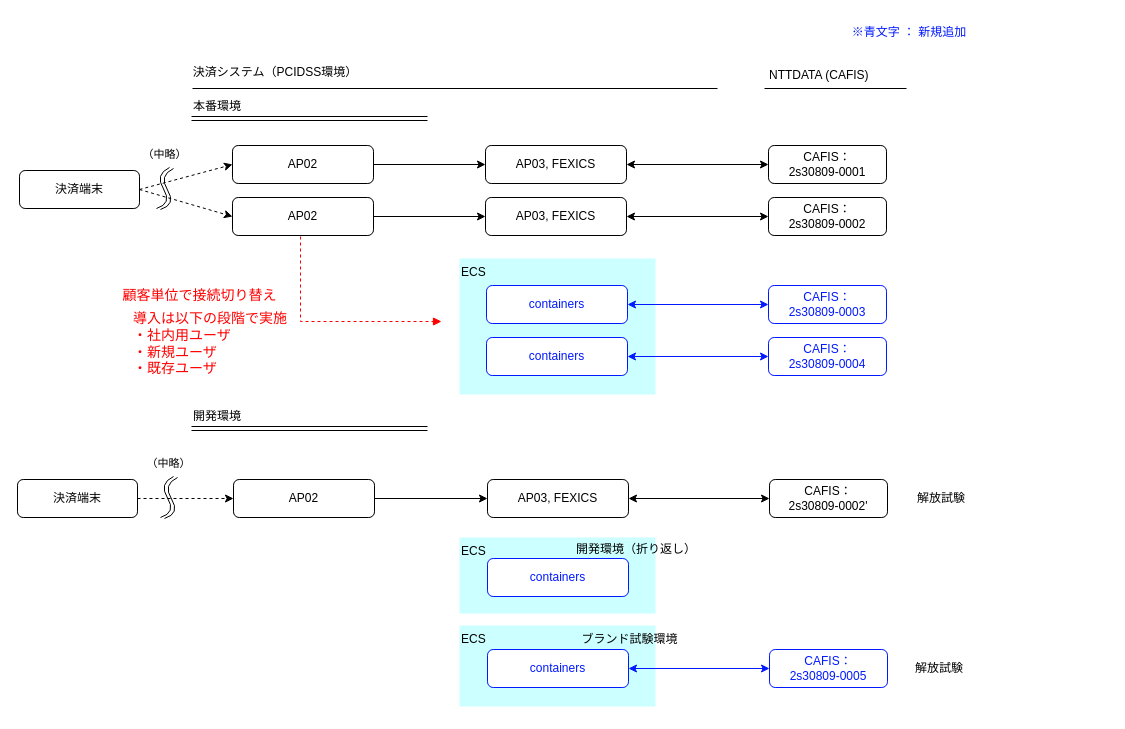
This is page "全体構成(CAFIS)" (1 of 2) of FEXICS/obj/migration_plan.drawio from kyoshizawa/kywiki2, a draw.io file, before an edit. Source tidied: cells renumbered, new cells numbered last; positions are measured from the earlier drawing's top-left corner, leaving out a move shared by most shapes. Both pictures are drawn from the tidied source at 100%, with x=0, y=0 at pixel (17, 17).
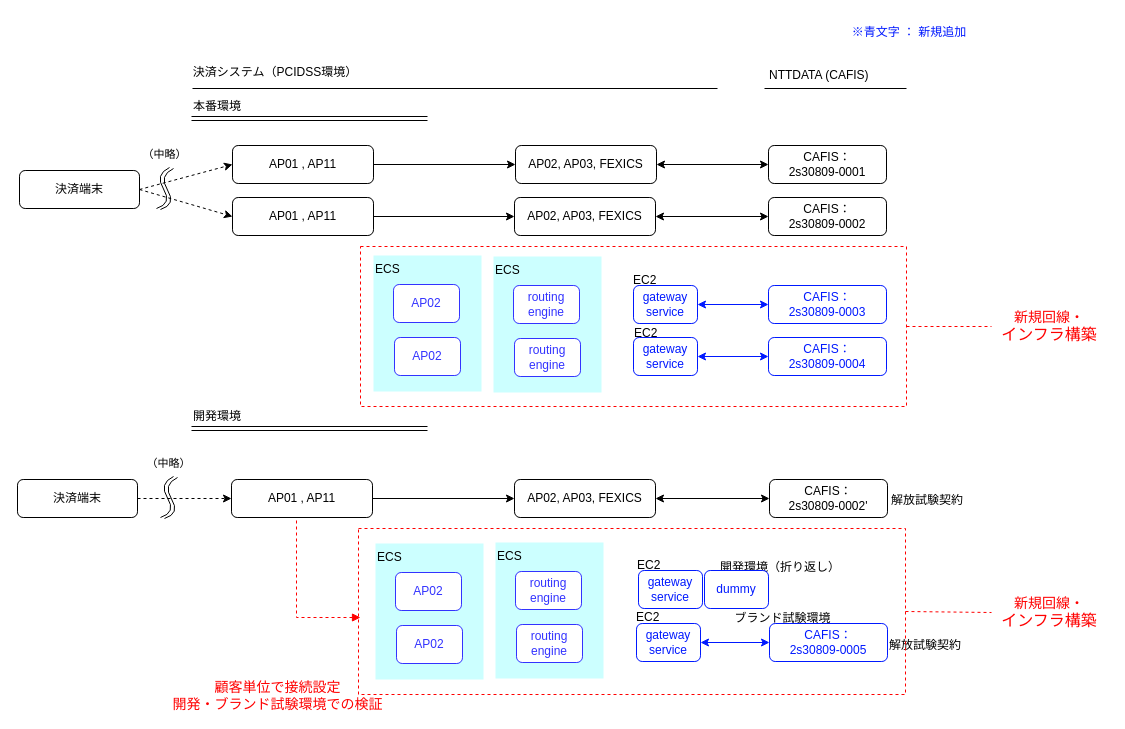
Above is the later version.

Diff of the diagram source:
```diff
@@
-    <mxCell id="2" value="ECS" style="rounded=0;whiteSpace=wrap;html=1;fillColor=light-dark(#CCFFFF,#1F2F1E);strokeColor=none;align=left;verticalAlign=top;" parent="1" vertex="1">
-      <mxGeometry x="442" y="520" width="196" height="76" as="geometry" />
-    </mxCell>
+    <mxCell id="62" value="EC2" style="rounded=0;whiteSpace=wrap;html=1;fillColor=none;strokeColor=none;align=left;verticalAlign=top;strokeWidth=1;dashed=1;dashPattern=1 2;" parent="1" vertex="1">
+      <mxGeometry x="614" y="249" width="56" height="24" as="geometry" />
+    </mxCell>
@@
     <mxCell id="5" value="ECS" style="rounded=0;whiteSpace=wrap;html=1;fillColor=light-dark(#CCFFFF,#1F2F1E);strokeColor=none;align=left;verticalAlign=top;" parent="1" vertex="1">
-      <mxGeometry x="442" y="241" width="196" height="136" as="geometry" />
+      <mxGeometry x="356" y="238" width="108" height="136" as="geometry" />
     </mxCell>
@@
-    <mxCell id="13" value="解放試験" style="text;html=1;align=center;verticalAlign=middle;whiteSpace=wrap;rounded=0;" parent="1" vertex="1">
-      <mxGeometry x="894" y="466" width="60" height="30" as="geometry" />
+    <mxCell id="13" value="解放試験契約" style="text;html=1;align=center;verticalAlign=middle;whiteSpace=wrap;rounded=0;" parent="1" vertex="1">
+      <mxGeometry x="871" y="468" width="78" height="30" as="geometry" />
     </mxCell>
@@
-    <mxCell id="15" value="AP03, FEXICS" style="rounded=1;whiteSpace=wrap;html=1;" parent="1" vertex="1">
-      <mxGeometry x="468" y="128" width="141" height="38" as="geometry" />
+    <mxCell id="15" value="AP02, AP03, FEXICS" style="rounded=1;whiteSpace=wrap;html=1;" parent="1" vertex="1">
+      <mxGeometry x="498" y="128" width="141" height="38" as="geometry" />
     </mxCell>
-    <mxCell id="16" value="AP03, FEXICS" style="rounded=1;whiteSpace=wrap;html=1;" parent="1" vertex="1">
-      <mxGeometry x="468" y="180" width="141" height="38" as="geometry" />
+    <mxCell id="16" value="AP02, AP03, FEXICS" style="rounded=1;whiteSpace=wrap;html=1;" parent="1" vertex="1">
+      <mxGeometry x="497" y="180" width="141" height="38" as="geometry" />
     </mxCell>
     <mxCell id="17" value="&lt;font style=&quot;color: rgb(0, 25, 255);&quot;&gt;CAFIS：&lt;br&gt;2s30809-0005&lt;/font&gt;" style="rounded=1;whiteSpace=wrap;html=1;strokeColor=#0019FF;" parent="1" vertex="1">
-      <mxGeometry x="752" y="632" width="118" height="38" as="geometry" />
+      <mxGeometry x="752" y="606" width="118" height="38" as="geometry" />
     </mxCell>
-    <mxCell id="18" value="解放試験" style="text;html=1;align=center;verticalAlign=middle;whiteSpace=wrap;rounded=0;" parent="1" vertex="1">
-      <mxGeometry x="892" y="636" width="60" height="30" as="geometry" />
-    </mxCell>
-    <mxCell id="19" value="AP02" style="rounded=1;whiteSpace=wrap;html=1;" parent="1" vertex="1">
+    <mxCell id="19" value="AP01 , AP11" style="rounded=1;whiteSpace=wrap;html=1;" parent="1" vertex="1">
       <mxGeometry x="215" y="128" width="141" height="38" as="geometry" />
     </mxCell>
-    <mxCell id="20" value="AP02" style="rounded=1;whiteSpace=wrap;html=1;" parent="1" vertex="1">
+    <mxCell id="20" value="AP01 , AP11" style="rounded=1;whiteSpace=wrap;html=1;" parent="1" vertex="1">
       <mxGeometry x="215" y="180" width="141" height="38" as="geometry" />
     </mxCell>
-    <mxCell id="21" value="&lt;font style=&quot;color: rgb(0, 25, 255);&quot;&gt;containers&lt;/font&gt;" style="rounded=1;whiteSpace=wrap;html=1;strokeColor=#0019FF;" parent="1" vertex="1">
-      <mxGeometry x="469" y="268" width="141" height="38" as="geometry" />
+    <mxCell id="21" value="&lt;font style=&quot;color: rgb(0, 25, 255);&quot;&gt;gateway&lt;/font&gt;&lt;div&gt;&lt;font style=&quot;color: rgb(0, 25, 255);&quot;&gt;service&lt;/font&gt;&lt;/div&gt;" style="rounded=1;whiteSpace=wrap;html=1;strokeColor=#0019FF;" parent="1" vertex="1">
+      <mxGeometry x="616" y="268" width="64" height="38" as="geometry" />
     </mxCell>
-    <mxCell id="22" value="&lt;font style=&quot;color: rgb(0, 25, 255);&quot;&gt;containers&lt;/font&gt;" style="rounded=1;whiteSpace=wrap;html=1;strokeColor=#0019FF;" parent="1" vertex="1">
-      <mxGeometry x="469" y="320" width="141" height="38" as="geometry" />
+    <mxCell id="22" value="&lt;font style=&quot;color: rgb(0, 25, 255);&quot;&gt;gateway&lt;/font&gt;&lt;div&gt;&lt;font style=&quot;color: rgb(0, 25, 255);&quot;&gt;service&lt;/font&gt;&lt;/div&gt;" style="rounded=1;whiteSpace=wrap;html=1;strokeColor=#0019FF;" parent="1" vertex="1">
+      <mxGeometry x="616" y="320" width="64" height="38" as="geometry" />
     </mxCell>
@@
-    <mxCell id="31" value="AP03, FEXICS" style="rounded=1;whiteSpace=wrap;html=1;" parent="1" vertex="1">
-      <mxGeometry x="470" y="462" width="141" height="38" as="geometry" />
+    <mxCell id="31" value="AP02, AP03, FEXICS" style="rounded=1;whiteSpace=wrap;html=1;" parent="1" vertex="1">
+      <mxGeometry x="497" y="462" width="141" height="38" as="geometry" />
     </mxCell>
-    <mxCell id="32" value="AP02" style="rounded=1;whiteSpace=wrap;html=1;" parent="1" vertex="1">
-      <mxGeometry x="216" y="462" width="141" height="38" as="geometry" />
+    <mxCell id="32" value="AP01 , AP11" style="rounded=1;whiteSpace=wrap;html=1;" parent="1" vertex="1">
+      <mxGeometry x="214" y="462" width="141" height="38" as="geometry" />
     </mxCell>
-    <mxCell id="33" value="ECS" style="rounded=0;whiteSpace=wrap;html=1;fillColor=light-dark(#CCFFFF,#1F2F1E);strokeColor=none;align=left;verticalAlign=top;" parent="1" vertex="1">
-      <mxGeometry x="442" y="608" width="196" height="81" as="geometry" />
-    </mxCell>
@@
-    <mxCell id="38" value="&lt;font style=&quot;color: rgb(0, 25, 255);&quot;&gt;containers&lt;/font&gt;" style="rounded=1;whiteSpace=wrap;html=1;strokeColor=#0019FF;" parent="1" vertex="1">
-      <mxGeometry x="470" y="632" width="141" height="38" as="geometry" />
-    </mxCell>
@@
-    <mxCell id="40" style="endArrow=classic;startArrow=classic;html=1;rounded=0;exitX=1;exitY=0.5;exitDx=0;exitDy=0;strokeColor=#0019FF;" parent="1" edge="1" source="38" target="17">
+    <mxCell id="40" style="endArrow=classic;startArrow=classic;html=1;rounded=0;exitX=1;exitY=0.5;exitDx=0;exitDy=0;strokeColor=#0019FF;" parent="1" edge="1" source="75" target="17">
       <mxGeometry relative="1" as="geometry" />
     </mxCell>
@@
-    <mxCell id="55" value="&lt;font style=&quot;color: rgb(0, 25, 255);&quot;&gt;containers&lt;/font&gt;" style="rounded=1;whiteSpace=wrap;html=1;strokeColor=#0019FF;" parent="1" vertex="1">
-      <mxGeometry x="470" y="541" width="141" height="38" as="geometry" />
-    </mxCell>
     <mxCell id="56" value="開発環境（折り返し）" style="text;html=1;align=center;verticalAlign=middle;whiteSpace=wrap;rounded=0;" parent="1" vertex="1">
-      <mxGeometry x="558" y="517" width="117" height="30" as="geometry" />
+      <mxGeometry x="702" y="535" width="117" height="30" as="geometry" />
     </mxCell>
     <mxCell id="57" value="ブランド試験環境" style="text;html=1;align=center;verticalAlign=middle;whiteSpace=wrap;rounded=0;" parent="1" vertex="1">
-      <mxGeometry x="554" y="607" width="117" height="30" as="geometry" />
+      <mxGeometry x="707" y="586" width="117" height="30" as="geometry" />
     </mxCell>
-    <mxCell id="58" parent="0" />
-    <mxCell id="59" value="&lt;div&gt;&lt;font style=&quot;font-size: 14px;&quot; color=&quot;#ff0000&quot;&gt;顧客単位で接続切り替え&lt;/font&gt;&lt;/div&gt;" style="text;html=1;align=center;verticalAlign=middle;whiteSpace=wrap;rounded=0;" parent="58" vertex="1">
-      <mxGeometry x="66" y="263" width="233" height="30" as="geometry" />
-    </mxCell>
-    <mxCell id="60" style="endArrow=block;dashed=1;html=1;rounded=0;strokeColor=light-dark(#ff0000, #ededed);edgeStyle=orthogonalEdgeStyle;endFill=1;" parent="58" edge="1">
-      <mxGeometry relative="1" as="geometry">
-        <mxPoint x="283" y="219" as="sourcePoint" />
-        <mxPoint x="424" y="304" as="targetPoint" />
-        <Array as="points">
-          <mxPoint x="283" y="304" />
-        </Array>
-      </mxGeometry>
-    </mxCell>
-    <mxCell id="61" value="&lt;div&gt;&lt;font color=&quot;#ff0000&quot;&gt;&lt;span style=&quot;font-size: 14px;&quot;&gt;導入は以下の段階で実施&lt;/span&gt;&lt;/font&gt;&lt;/div&gt;&lt;font color=&quot;#ff0000&quot;&gt;&lt;span style=&quot;font-size: 14px;&quot;&gt;・社内用ユーザ&lt;/span&gt;&lt;/font&gt;&lt;div&gt;&lt;font color=&quot;#ff0000&quot;&gt;&lt;span style=&quot;font-size: 14px;&quot;&gt;・新規ユーザ&lt;/span&gt;&lt;/font&gt;&lt;/div&gt;&lt;div&gt;&lt;font color=&quot;#ff0000&quot;&gt;&lt;span style=&quot;font-size: 14px;&quot;&gt;・既存ユーザ&lt;/span&gt;&lt;/font&gt;&lt;/div&gt;" style="text;html=1;align=left;verticalAlign=middle;whiteSpace=wrap;rounded=0;" parent="58" vertex="1">
-      <mxGeometry x="114" y="289" width="233" height="73" as="geometry" />
-    </mxCell>
+    <mxCell id="63" value="&lt;font style=&quot;color: rgb(51, 51, 255);&quot;&gt;AP02&lt;/font&gt;" style="rounded=1;whiteSpace=wrap;html=1;strokeColor=#3333FF;" parent="1" vertex="1">
+      <mxGeometry x="376" y="267" width="66" height="38" as="geometry" />
+    </mxCell>
+    <mxCell id="64" value="&lt;font style=&quot;color: rgb(51, 51, 255);&quot;&gt;AP02&lt;/font&gt;" style="rounded=1;whiteSpace=wrap;html=1;strokeColor=#3333FF;" parent="1" vertex="1">
+      <mxGeometry x="377" y="320" width="66" height="38" as="geometry" />
+    </mxCell>
+    <mxCell id="65" value="ECS" style="rounded=0;whiteSpace=wrap;html=1;fillColor=light-dark(#CCFFFF,#1F2F1E);strokeColor=none;align=left;verticalAlign=top;" parent="1" vertex="1">
+      <mxGeometry x="476" y="239" width="108" height="136" as="geometry" />
+    </mxCell>
+    <mxCell id="66" value="&lt;font style=&quot;color: rgb(51, 51, 255);&quot;&gt;routing&lt;/font&gt;&lt;div&gt;&lt;font style=&quot;color: rgb(51, 51, 255);&quot;&gt;engine&lt;/font&gt;&lt;/div&gt;" style="rounded=1;whiteSpace=wrap;html=1;strokeColor=#3333FF;" parent="1" vertex="1">
+      <mxGeometry x="496" y="268" width="66" height="38" as="geometry" />
+    </mxCell>
+    <mxCell id="67" value="&lt;font style=&quot;color: rgb(51, 51, 255);&quot;&gt;routing&lt;/font&gt;&lt;div&gt;&lt;font style=&quot;color: rgb(51, 51, 255);&quot;&gt;engine&lt;/font&gt;&lt;/div&gt;" style="rounded=1;whiteSpace=wrap;html=1;strokeColor=#3333FF;" parent="1" vertex="1">
+      <mxGeometry x="497" y="321" width="66" height="38" as="geometry" />
+    </mxCell>
+    <mxCell id="68" value="EC2" style="rounded=0;whiteSpace=wrap;html=1;fillColor=none;strokeColor=none;align=left;verticalAlign=top;strokeWidth=1;dashed=1;dashPattern=1 2;" parent="1" vertex="1">
+      <mxGeometry x="615" y="302" width="56" height="24" as="geometry" />
+    </mxCell>
+    <mxCell id="69" value="ECS" style="rounded=0;whiteSpace=wrap;html=1;fillColor=light-dark(#CCFFFF,#1F2F1E);strokeColor=none;align=left;verticalAlign=top;" parent="1" vertex="1">
+      <mxGeometry x="358" y="526" width="108" height="136" as="geometry" />
+    </mxCell>
+    <mxCell id="70" value="&lt;font style=&quot;color: rgb(51, 51, 255);&quot;&gt;AP02&lt;/font&gt;" style="rounded=1;whiteSpace=wrap;html=1;strokeColor=#3333FF;" parent="1" vertex="1">
+      <mxGeometry x="378" y="555" width="66" height="38" as="geometry" />
+    </mxCell>
+    <mxCell id="71" value="&lt;font style=&quot;color: rgb(51, 51, 255);&quot;&gt;AP02&lt;/font&gt;" style="rounded=1;whiteSpace=wrap;html=1;strokeColor=#3333FF;" parent="1" vertex="1">
+      <mxGeometry x="379" y="608" width="66" height="38" as="geometry" />
+    </mxCell>
+    <mxCell id="72" value="ECS" style="rounded=0;whiteSpace=wrap;html=1;fillColor=light-dark(#CCFFFF,#1F2F1E);strokeColor=none;align=left;verticalAlign=top;" parent="1" vertex="1">
+      <mxGeometry x="478" y="525" width="108" height="136" as="geometry" />
+    </mxCell>
+    <mxCell id="73" value="&lt;font style=&quot;color: rgb(51, 51, 255);&quot;&gt;routing&lt;/font&gt;&lt;div&gt;&lt;font style=&quot;color: rgb(51, 51, 255);&quot;&gt;engine&lt;/font&gt;&lt;/div&gt;" style="rounded=1;whiteSpace=wrap;html=1;strokeColor=#3333FF;" parent="1" vertex="1">
+      <mxGeometry x="498" y="554" width="66" height="38" as="geometry" />
+    </mxCell>
+    <mxCell id="74" value="&lt;font style=&quot;color: rgb(51, 51, 255);&quot;&gt;routing&lt;/font&gt;&lt;div&gt;&lt;font style=&quot;color: rgb(51, 51, 255);&quot;&gt;engine&lt;/font&gt;&lt;/div&gt;" style="rounded=1;whiteSpace=wrap;html=1;strokeColor=#3333FF;" parent="1" vertex="1">
+      <mxGeometry x="499" y="607" width="66" height="38" as="geometry" />
+    </mxCell>
+    <mxCell id="75" value="&lt;font style=&quot;color: rgb(0, 25, 255);&quot;&gt;gateway&lt;/font&gt;&lt;div&gt;&lt;font style=&quot;color: rgb(0, 25, 255);&quot;&gt;service&lt;/font&gt;&lt;/div&gt;" style="rounded=1;whiteSpace=wrap;html=1;strokeColor=#0019FF;" parent="1" vertex="1">
+      <mxGeometry x="619" y="606" width="64" height="38" as="geometry" />
+    </mxCell>
+    <mxCell id="76" value="&lt;font style=&quot;color: rgb(0, 25, 255);&quot;&gt;gateway&lt;/font&gt;&lt;div&gt;&lt;font style=&quot;color: rgb(0, 25, 255);&quot;&gt;service&lt;/font&gt;&lt;/div&gt;" style="rounded=1;whiteSpace=wrap;html=1;strokeColor=#0019FF;" parent="1" vertex="1">
+      <mxGeometry x="621" y="553" width="64" height="38" as="geometry" />
+    </mxCell>
+    <mxCell id="77" value="&lt;font color=&quot;#0019ff&quot;&gt;dummy&lt;/font&gt;" style="rounded=1;whiteSpace=wrap;html=1;strokeColor=#0019FF;" parent="1" vertex="1">
+      <mxGeometry x="687" y="553" width="64" height="38" as="geometry" />
+    </mxCell>
+    <mxCell id="78" value="EC2" style="rounded=0;whiteSpace=wrap;html=1;fillColor=none;strokeColor=none;align=left;verticalAlign=top;strokeWidth=1;dashed=1;dashPattern=1 2;" parent="1" vertex="1">
+      <mxGeometry x="618" y="534" width="56" height="24" as="geometry" />
+    </mxCell>
+    <mxCell id="79" value="EC2" style="rounded=0;whiteSpace=wrap;html=1;fillColor=none;strokeColor=none;align=left;verticalAlign=top;strokeWidth=1;dashed=1;dashPattern=1 2;" parent="1" vertex="1">
+      <mxGeometry x="617" y="586" width="56" height="24" as="geometry" />
+    </mxCell>
+    <mxCell id="80" value="解放試験契約" style="text;html=1;align=center;verticalAlign=middle;whiteSpace=wrap;rounded=0;" parent="1" vertex="1">
+      <mxGeometry x="869" y="613" width="78" height="30" as="geometry" />
+    </mxCell>
+    <mxCell id="81" parent="0" />
+    <mxCell id="82" style="rounded=0;whiteSpace=wrap;html=1;fillColor=none;strokeColor=light-dark(#ff0000, #ededed);dashed=1;" parent="81" vertex="1">
+      <mxGeometry x="343" y="229" width="546" height="160" as="geometry" />
+    </mxCell>
+    <mxCell id="83" style="rounded=0;whiteSpace=wrap;html=1;fillColor=none;strokeColor=light-dark(#ff0000, #ededed);dashed=1;" parent="81" vertex="1">
+      <mxGeometry x="341" y="511" width="547" height="166" as="geometry" />
+    </mxCell>
+    <mxCell id="84" value="&lt;font style=&quot;color: rgb(255, 0, 0); font-size: 14px;&quot;&gt;新規回線・&lt;/font&gt;&lt;div&gt;&lt;font size=&quot;3&quot; style=&quot;color: rgb(255, 0, 0);&quot;&gt;インフラ構築&lt;/font&gt;&lt;/div&gt;" style="text;html=1;align=center;verticalAlign=middle;whiteSpace=wrap;rounded=0;" parent="81" vertex="1">
+      <mxGeometry x="974" y="294" width="116" height="30" as="geometry" />
+    </mxCell>
+    <mxCell id="85" value="&lt;font style=&quot;color: rgb(255, 0, 0); font-size: 14px;&quot;&gt;新規回線・&lt;/font&gt;&lt;div&gt;&lt;font size=&quot;3&quot; style=&quot;color: rgb(255, 0, 0);&quot;&gt;インフラ構築&lt;/font&gt;&lt;/div&gt;" style="text;html=1;align=center;verticalAlign=middle;whiteSpace=wrap;rounded=0;" parent="81" vertex="1">
+      <mxGeometry x="974" y="580" width="116" height="30" as="geometry" />
+    </mxCell>
+    <mxCell id="86" style="endArrow=none;dashed=1;html=1;rounded=0;entryX=0;entryY=0.5;entryDx=0;entryDy=0;strokeColor=light-dark(#ff0000, #ededed);" parent="81" edge="1" source="82" target="84">
+      <mxGeometry relative="1" as="geometry" />
+    </mxCell>
+    <mxCell id="87" style="endArrow=none;dashed=1;html=1;rounded=0;entryX=0;entryY=0.5;entryDx=0;entryDy=0;strokeColor=light-dark(#ff0000, #ededed);exitX=1;exitY=0.5;exitDx=0;exitDy=0;" parent="81" edge="1" source="83" target="85">
+      <mxGeometry relative="1" as="geometry" />
+    </mxCell>
+    <mxCell id="88" value="&lt;div&gt;&lt;font style=&quot;font-size: 14px;&quot; color=&quot;#ff0000&quot;&gt;顧客単位で接続設定&lt;/font&gt;&lt;/div&gt;&lt;div&gt;&lt;span style=&quot;color: rgb(255, 0, 0); font-size: 14px; background-color: transparent;&quot;&gt;開発・ブランド試験環境での検証&lt;/span&gt;&lt;/div&gt;" style="text;html=1;align=center;verticalAlign=middle;whiteSpace=wrap;rounded=0;" parent="81" vertex="1">
+      <mxGeometry x="144" y="663" width="233" height="30" as="geometry" />
+    </mxCell>
+    <mxCell id="89" style="endArrow=block;dashed=1;html=1;rounded=0;strokeColor=light-dark(#ff0000, #ededed);edgeStyle=orthogonalEdgeStyle;endFill=1;" parent="81" edge="1">
+      <mxGeometry relative="1" as="geometry">
+        <mxPoint x="279" y="503" as="sourcePoint" />
+        <mxPoint x="343" y="600" as="targetPoint" />
+        <Array as="points">
+          <mxPoint x="279" y="600" />
+          <mxPoint x="343" y="600" />
+        </Array>
+      </mxGeometry>
+    </mxCell>
```
